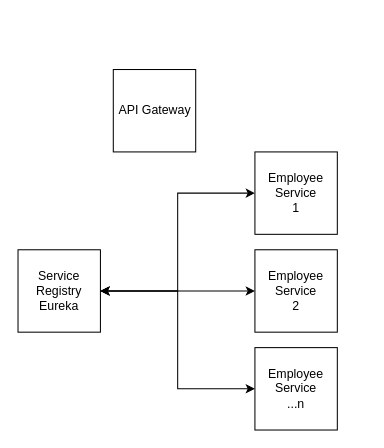
Above: page "Página-2" (2 of 3) of SpringCloud.drawio in fhermq/diagrams (draw.io), before the change. Source tidied: cells renumbered, new cells numbered last; positions are measured from the earlier drawing's top-left corner, leaving out a move shared by most shapes. Both pictures are drawn from the tidied source at 103%, with x=0, y=0 at pixel (18, 69).
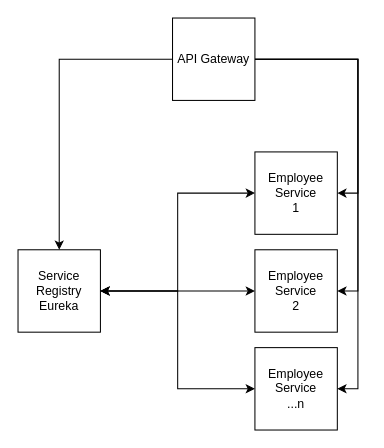
The same diagram, later.

The edit, as a diff of the source:
```diff
@@
 <mxGraphModel>
   <root>
     <mxCell id="0" />
     <mxCell id="1" parent="0" />
     <mxCell id="2" value="Service Registry&lt;br&gt;Eureka" style="whiteSpace=wrap;html=1;" parent="1" vertex="1">
       <mxGeometry y="175" width="80" height="80" as="geometry" />
     </mxCell>
     <mxCell id="3" style="edgeStyle=orthogonalEdgeStyle;rounded=0;jettySize=auto;html=1;entryX=1;entryY=0.5;entryDx=0;entryDy=0;startArrow=classic;startFill=1;" parent="1" edge="1" source="4" target="2">
       <mxGeometry relative="1" as="geometry" />
     </mxCell>
     <mxCell id="4" value="Employee Service&lt;br&gt;1" style="whiteSpace=wrap;html=1;" parent="1" vertex="1">
       <mxGeometry x="230" y="80" width="80" height="80" as="geometry" />
     </mxCell>
     <mxCell id="5" style="edgeStyle=orthogonalEdgeStyle;rounded=0;jettySize=auto;html=1;entryX=1;entryY=0.5;entryDx=0;entryDy=0;startArrow=classic;startFill=1;" parent="1" edge="1" source="6" target="2">
       <mxGeometry relative="1" as="geometry" />
     </mxCell>
     <mxCell id="6" value="Employee Service&lt;br&gt;2" style="whiteSpace=wrap;html=1;" parent="1" vertex="1">
       <mxGeometry x="230" y="175" width="80" height="80" as="geometry" />
     </mxCell>
     <mxCell id="7" style="edgeStyle=orthogonalEdgeStyle;rounded=0;jettySize=auto;html=1;entryX=1;entryY=0.5;entryDx=0;entryDy=0;startArrow=classic;startFill=1;" parent="1" edge="1" source="8" target="2">
       <mxGeometry relative="1" as="geometry" />
     </mxCell>
     <mxCell id="8" value="Employee Service&lt;br&gt;...n" style="whiteSpace=wrap;html=1;" parent="1" vertex="1">
       <mxGeometry x="230" y="270" width="80" height="80" as="geometry" />
     </mxCell>
+    <mxCell id="10" style="edgeStyle=orthogonalEdgeStyle;rounded=0;jettySize=auto;html=1;entryX=0.5;entryY=0;entryDx=0;entryDy=0;" parent="1" edge="1" source="9" target="2">
+      <mxGeometry relative="1" as="geometry" />
+    </mxCell>
+    <mxCell id="11" style="edgeStyle=orthogonalEdgeStyle;rounded=0;jettySize=auto;html=1;entryX=1;entryY=0.5;entryDx=0;entryDy=0;exitX=1;exitY=0.5;exitDx=0;exitDy=0;" parent="1" edge="1" source="9" target="4">
+      <mxGeometry relative="1" as="geometry" />
+    </mxCell>
+    <mxCell id="12" style="edgeStyle=orthogonalEdgeStyle;rounded=0;jettySize=auto;html=1;entryX=1;entryY=0.5;entryDx=0;entryDy=0;exitX=1;exitY=0.5;exitDx=0;exitDy=0;" parent="1" edge="1" source="9" target="6">
+      <mxGeometry relative="1" as="geometry" />
+    </mxCell>
+    <mxCell id="13" style="edgeStyle=orthogonalEdgeStyle;rounded=0;jettySize=auto;html=1;entryX=1;entryY=0.5;entryDx=0;entryDy=0;exitX=1;exitY=0.5;exitDx=0;exitDy=0;" parent="1" edge="1" source="9" target="8">
+      <mxGeometry relative="1" as="geometry" />
+    </mxCell>
     <mxCell id="9" value="API Gateway" style="whiteSpace=wrap;html=1;" parent="1" vertex="1">
-      <mxGeometry x="92.5" width="80" height="80" as="geometry" />
+      <mxGeometry x="150" y="-50" width="80" height="80" as="geometry" />
     </mxCell>
   </root>
 </mxGraphModel>
```
